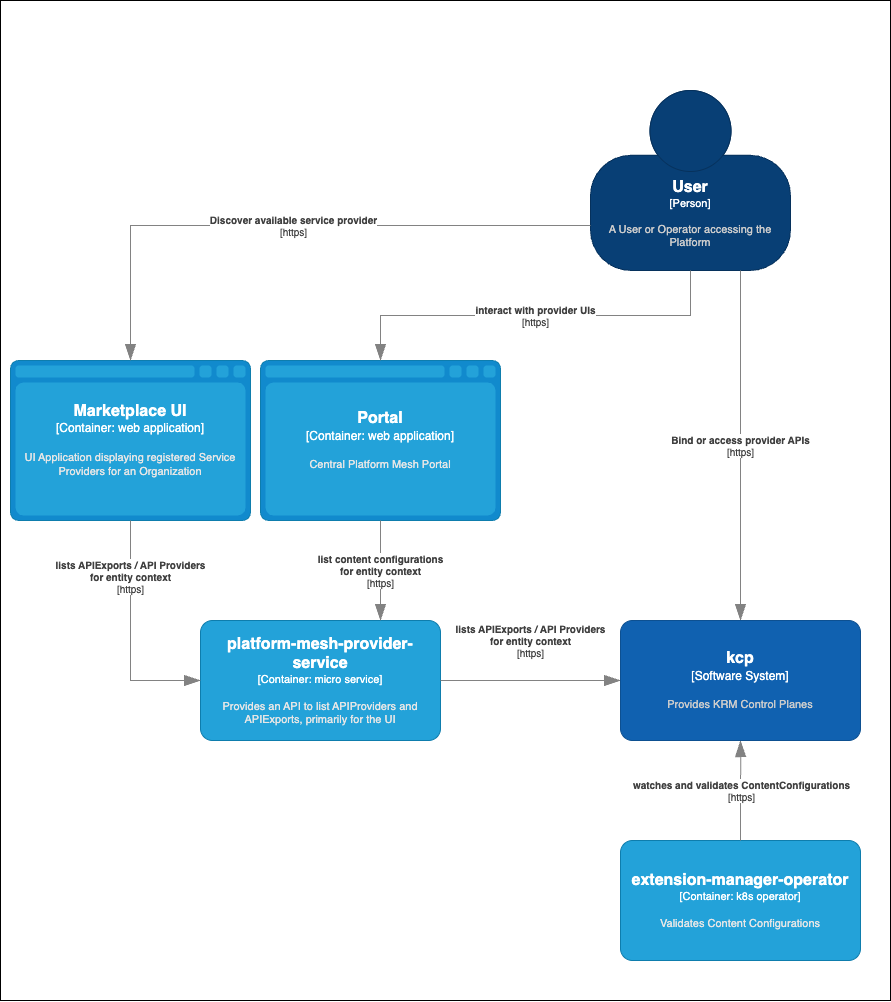
The draw.io diagram rfc/assets/container-diagram.png in platform-mesh/architecture, before a commit. Source tidied: cells renumbered, new cells last; positions are measured from the earlier drawing's top-left corner, leaving out a move shared by most shapes. Source of this version:
```xml
<mxGraphModel>
  <root>
    <mxCell id="0" />
    <mxCell id="1" parent="0" />
    <mxCell id="2" style="rounded=0;whiteSpace=wrap;html=1;" parent="1" vertex="1">
      <mxGeometry width="890" height="1000" as="geometry" />
    </mxCell>
    <object id="3" label="&lt;font style=&quot;font-size: 16px&quot;&gt;&lt;b&gt;%c4Name%&lt;/b&gt;&lt;/font&gt;&lt;div&gt;[%c4Type%]&lt;/div&gt;&lt;br&gt;&lt;div&gt;&lt;font style=&quot;font-size: 11px&quot;&gt;&lt;font color=&quot;#cccccc&quot;&gt;%c4Description%&lt;/font&gt;&lt;/div&gt;" c4Description="A User or Operator accessing the Platform" c4Name="User" c4Type="Person" placeholders="1">
      <mxCell style="html=1;fontSize=11;dashed=0;whiteSpace=wrap;fillColor=#083F75;strokeColor=#06315C;fontColor=#ffffff;shape=mxgraph.c4.person2;align=center;points=[[0.5,0,0],[1,0.5,0],[1,0.75,0],[0.75,1,0],[0.5,1,0],[0.25,1,0],[0,0.75,0],[0,0.5,0]];" parent="1" vertex="1">
        <mxGeometry x="590" y="90" width="200" height="180" as="geometry" />
      </mxCell>
    </object>
    <object id="4" label="&lt;font style=&quot;font-size: 16px&quot;&gt;&lt;b&gt;%c4Name%&lt;/b&gt;&lt;/font&gt;&lt;div&gt;[%c4Type%:&amp;nbsp;%c4Technology%]&lt;/div&gt;&lt;br&gt;&lt;div&gt;&lt;font style=&quot;font-size: 11px&quot;&gt;&lt;font color=&quot;#E6E6E6&quot;&gt;%c4Description%&lt;/font&gt;&lt;/div&gt;" c4Description="UI Application displaying registered Service Providers for an Organization" c4Name="Marketplace UI" c4Technology="web application" c4Type="Container" placeholders="1">
      <mxCell style="shape=mxgraph.c4.webBrowserContainer2;whiteSpace=wrap;html=1;boundedLbl=1;rounded=0;labelBackgroundColor=none;strokeColor=#118ACD;fillColor=#23A2D9;strokeColor=#118ACD;strokeColor2=#0E7DAD;fontSize=12;fontColor=#ffffff;align=center;points=[[0.5,0,0],[1,0.25,0],[1,0.5,0],[1,0.75,0],[0.5,1,0],[0,0.75,0],[0,0.5,0],[0,0.25,0]];" parent="1" vertex="1">
        <mxGeometry x="10" y="360" width="240" height="160" as="geometry" />
      </mxCell>
    </object>
    <object id="5" label="&lt;font style=&quot;font-size: 16px&quot;&gt;&lt;b&gt;%c4Name%&lt;/b&gt;&lt;/font&gt;&lt;div&gt;[%c4Type%: %c4Technology%]&lt;/div&gt;&lt;br&gt;&lt;div&gt;&lt;font style=&quot;font-size: 11px&quot;&gt;&lt;font color=&quot;#E6E6E6&quot;&gt;%c4Description%&lt;/font&gt;&lt;/div&gt;" c4Description="Provides an API to list APIProviders and APIExports, primarily for the UI" c4Name="platform-mesh-provider-service" c4Technology="micro service" c4Type="Container" placeholders="1">
      <mxCell style="rounded=1;whiteSpace=wrap;html=1;fontSize=11;labelBackgroundColor=none;fillColor=#23A2D9;fontColor=#ffffff;align=center;arcSize=10;strokeColor=#0E7DAD;points=[[0.25,0,0],[0.5,0,0],[0.75,0,0],[1,0.25,0],[1,0.5,0],[1,0.75,0],[0.75,1,0],[0.5,1,0],[0.25,1,0],[0,0.75,0],[0,0.5,0],[0,0.25,0]];" parent="1" vertex="1">
        <mxGeometry x="200" y="620" width="240" height="120" as="geometry" />
      </mxCell>
    </object>
    <object id="6" label="&lt;font style=&quot;font-size: 16px&quot;&gt;&lt;b&gt;%c4Name%&lt;/b&gt;&lt;/font&gt;&lt;div&gt;[%c4Type%: %c4Technology%]&lt;/div&gt;&lt;br&gt;&lt;div&gt;&lt;font style=&quot;font-size: 11px&quot;&gt;&lt;font color=&quot;#E6E6E6&quot;&gt;%c4Description%&lt;/font&gt;&lt;/div&gt;" c4Description="Validates Content Configurations" c4Name="extension-manager-operator" c4Technology="k8s operator" c4Type="Container" placeholders="1">
      <mxCell style="rounded=1;whiteSpace=wrap;html=1;fontSize=11;labelBackgroundColor=none;fillColor=#23A2D9;fontColor=#ffffff;align=center;arcSize=10;strokeColor=#0E7DAD;" parent="1" vertex="1">
        <mxGeometry x="620" y="840" width="240" height="120" as="geometry" />
      </mxCell>
    </object>
    <object id="7" label="&lt;font style=&quot;font-size: 16px&quot;&gt;&lt;b&gt;%c4Name%&lt;/b&gt;&lt;/font&gt;&lt;div&gt;[%c4Type%:&amp;nbsp;%c4Technology%]&lt;/div&gt;&lt;br&gt;&lt;div&gt;&lt;font style=&quot;font-size: 11px&quot;&gt;&lt;font color=&quot;#E6E6E6&quot;&gt;%c4Description%&lt;/font&gt;&lt;/div&gt;" c4Description="Central Platform Mesh Portal" c4Name="Portal" c4Technology="web application" c4Type="Container" placeholders="1">
      <mxCell style="shape=mxgraph.c4.webBrowserContainer2;whiteSpace=wrap;html=1;boundedLbl=1;rounded=0;labelBackgroundColor=none;strokeColor=#118ACD;fillColor=#23A2D9;strokeColor=#118ACD;strokeColor2=#0E7DAD;fontSize=12;fontColor=#ffffff;align=center;points=[[0.5,0,0],[1,0.25,0],[1,0.5,0],[1,0.75,0],[0.5,1,0],[0,0.75,0],[0,0.5,0],[0,0.25,0]];" parent="1" vertex="1">
        <mxGeometry x="260" y="360" width="240" height="160" as="geometry" />
      </mxCell>
    </object>
    <object id="8" label="&lt;div style=&quot;text-align: left&quot;&gt;&lt;div style=&quot;text-align: center&quot;&gt;&lt;b&gt;%c4Description%&lt;/b&gt;&lt;/div&gt;&lt;div style=&quot;text-align: center&quot;&gt;[%c4Technology%]&lt;/div&gt;&lt;/div&gt;" c4Description="watches and validates ContentConfigurations" c4Technology="https" c4Type="Relationship" placeholders="1">
      <mxCell style="endArrow=blockThin;html=1;fontSize=10;fontColor=#404040;strokeWidth=1;endFill=1;strokeColor=#828282;elbow=vertical;endSize=14;startSize=14;jumpStyle=arc;jumpSize=16;rounded=0;edgeStyle=orthogonalEdgeStyle;entryX=0.5;entryY=1;entryDx=0;entryDy=0;entryPerimeter=0;" parent="1" edge="1" target="15">
        <mxGeometry relative="1" as="geometry">
          <mxPoint x="740" y="840" as="sourcePoint" />
        </mxGeometry>
      </mxCell>
    </object>
    <object id="9" label="&lt;div style=&quot;text-align: left&quot;&gt;&lt;div style=&quot;text-align: center&quot;&gt;&lt;b&gt;%c4Description%&lt;/b&gt;&lt;/div&gt;&lt;div style=&quot;text-align: center&quot;&gt;[%c4Technology%]&lt;/div&gt;&lt;/div&gt;" c4Description="list content configurations &#10;for entity context" c4Technology="https" c4Type="Relationship" placeholders="1">
      <mxCell style="endArrow=blockThin;html=1;fontSize=10;fontColor=#404040;strokeWidth=1;endFill=1;strokeColor=#828282;elbow=vertical;endSize=14;startSize=14;jumpStyle=arc;jumpSize=16;rounded=0;edgeStyle=orthogonalEdgeStyle;entryX=0.75;entryY=0;entryDx=0;entryDy=0;entryPerimeter=0;exitX=0.5;exitY=1;exitDx=0;exitDy=0;exitPerimeter=0;" parent="1" edge="1" source="7" target="5">
        <mxGeometry relative="1" as="geometry" />
      </mxCell>
    </object>
    <object id="10" label="&lt;div style=&quot;text-align: left&quot;&gt;&lt;div style=&quot;text-align: center&quot;&gt;&lt;b&gt;%c4Description%&lt;/b&gt;&lt;/div&gt;&lt;div style=&quot;text-align: center&quot;&gt;[%c4Technology%]&lt;/div&gt;&lt;/div&gt;" c4Description="lists APIExports / API Providers &#10;for entity context" c4Technology="https" c4Type="Relationship" placeholders="1">
      <mxCell style="endArrow=blockThin;html=1;fontSize=10;fontColor=#404040;strokeWidth=1;endFill=1;strokeColor=#828282;elbow=vertical;endSize=14;startSize=14;jumpStyle=arc;jumpSize=16;rounded=0;edgeStyle=orthogonalEdgeStyle;entryX=0;entryY=0.5;entryDx=0;entryDy=0;entryPerimeter=0;exitX=0.5;exitY=1;exitDx=0;exitDy=0;exitPerimeter=0;" parent="1" edge="1" source="4" target="5">
        <mxGeometry x="-0.52" relative="1" as="geometry" />
      </mxCell>
    </object>
    <object id="11" label="&lt;div style=&quot;text-align: left&quot;&gt;&lt;div style=&quot;text-align: center&quot;&gt;&lt;b&gt;%c4Description%&lt;/b&gt;&lt;/div&gt;&lt;div style=&quot;text-align: center&quot;&gt;[%c4Technology%]&lt;/div&gt;&lt;/div&gt;" c4Description="lists APIExports / API Providers &#10;for entity context" c4Technology="https" c4Type="Relationship" placeholders="1">
      <mxCell style="endArrow=blockThin;html=1;fontSize=10;fontColor=#404040;strokeWidth=1;endFill=1;strokeColor=#828282;elbow=vertical;endSize=14;startSize=14;jumpStyle=arc;jumpSize=16;rounded=0;edgeStyle=orthogonalEdgeStyle;entryX=0;entryY=0.5;entryDx=0;entryDy=0;entryPerimeter=0;" parent="1" edge="1" source="5" target="15">
        <mxGeometry y="40" relative="1" as="geometry" />
      </mxCell>
    </object>
    <object id="12" label="&lt;div style=&quot;text-align: left&quot;&gt;&lt;div style=&quot;text-align: center&quot;&gt;&lt;b&gt;%c4Description%&lt;/b&gt;&lt;/div&gt;&lt;div style=&quot;text-align: center&quot;&gt;[%c4Technology%]&lt;/div&gt;&lt;/div&gt;" c4Description="interact with provider UIs" c4Technology="https" c4Type="Relationship" placeholders="1">
      <mxCell style="endArrow=blockThin;html=1;fontSize=10;fontColor=#404040;strokeWidth=1;endFill=1;strokeColor=#828282;elbow=vertical;endSize=14;startSize=14;jumpStyle=arc;jumpSize=16;rounded=0;edgeStyle=orthogonalEdgeStyle;entryX=0.5;entryY=0;entryDx=0;entryDy=0;entryPerimeter=0;exitX=0.5;exitY=1;exitDx=0;exitDy=0;exitPerimeter=0;" parent="1" edge="1" source="3" target="7">
        <mxGeometry relative="1" as="geometry" />
      </mxCell>
    </object>
    <object id="13" label="&lt;div style=&quot;text-align: left&quot;&gt;&lt;div style=&quot;text-align: center&quot;&gt;&lt;b&gt;%c4Description%&lt;/b&gt;&lt;/div&gt;&lt;div style=&quot;text-align: center&quot;&gt;[%c4Technology%]&lt;/div&gt;&lt;/div&gt;" c4Description="Discover available service provider" c4Technology="https" c4Type="Relationship" placeholders="1">
      <mxCell style="endArrow=blockThin;html=1;fontSize=10;fontColor=#404040;strokeWidth=1;endFill=1;strokeColor=#828282;elbow=vertical;endSize=14;startSize=14;jumpStyle=arc;jumpSize=16;rounded=0;edgeStyle=orthogonalEdgeStyle;entryX=0.5;entryY=0;entryDx=0;entryDy=0;entryPerimeter=0;exitX=0;exitY=0.75;exitDx=0;exitDy=0;exitPerimeter=0;" parent="1" edge="1" source="3" target="4">
        <mxGeometry relative="1" as="geometry" />
      </mxCell>
    </object>
    <object id="14" label="&lt;div style=&quot;text-align: left&quot;&gt;&lt;div style=&quot;text-align: center&quot;&gt;&lt;b&gt;%c4Description%&lt;/b&gt;&lt;/div&gt;&lt;div style=&quot;text-align: center&quot;&gt;[%c4Technology%]&lt;/div&gt;&lt;/div&gt;" c4Description="Bind or access provider APIs" c4Technology="https" c4Type="Relationship" placeholders="1">
      <mxCell style="endArrow=blockThin;html=1;fontSize=10;fontColor=#404040;strokeWidth=1;endFill=1;strokeColor=#828282;elbow=vertical;endSize=14;startSize=14;jumpStyle=arc;jumpSize=16;rounded=0;edgeStyle=orthogonalEdgeStyle;entryX=0.5;entryY=0;entryDx=0;entryDy=0;entryPerimeter=0;exitX=0.75;exitY=1;exitDx=0;exitDy=0;exitPerimeter=0;" parent="1" edge="1" source="3" target="15">
        <mxGeometry relative="1" as="geometry" />
      </mxCell>
    </object>
    <object id="15" label="&lt;font style=&quot;font-size: 16px&quot;&gt;&lt;b&gt;%c4Name%&lt;/b&gt;&lt;/font&gt;&lt;div&gt;[%c4Type%]&lt;/div&gt;&lt;br&gt;&lt;div&gt;&lt;font style=&quot;font-size: 11px&quot;&gt;&lt;font color=&quot;#cccccc&quot;&gt;%c4Description%&lt;/font&gt;&lt;/div&gt;" c4Description="Provides KRM Control Planes" c4Name="kcp" c4Type="Software System" placeholders="1">
      <mxCell style="rounded=1;whiteSpace=wrap;html=1;labelBackgroundColor=none;fillColor=#1061B0;fontColor=#ffffff;align=center;arcSize=10;strokeColor=#0D5091;points=[[0.25,0,0],[0.5,0,0],[0.75,0,0],[1,0.25,0],[1,0.5,0],[1,0.75,0],[0.75,1,0],[0.5,1,0],[0.25,1,0],[0,0.75,0],[0,0.5,0],[0,0.25,0]];" parent="1" vertex="1">
        <mxGeometry x="620" y="620" width="240" height="120" as="geometry" />
      </mxCell>
    </object>
  </root>
</mxGraphModel>
```
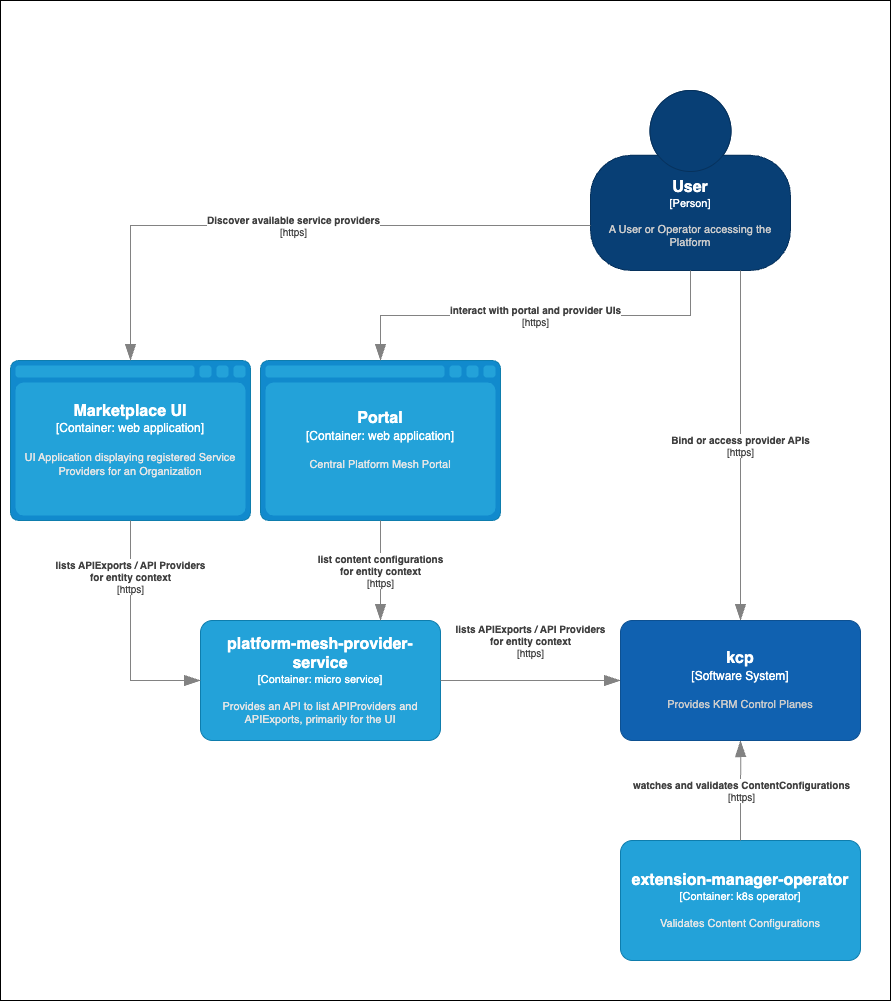
The same file after the commit.

Commit message:
docs: renamed APIProvider to ProviderMetadata

Diff of the diagram source:
```diff
@@ -52,12 +52,12 @@
         <mxGeometry y="40" relative="1" as="geometry" />
       </mxCell>
     </object>
-    <object id="12" label="&lt;div style=&quot;text-align: left&quot;&gt;&lt;div style=&quot;text-align: center&quot;&gt;&lt;b&gt;%c4Description%&lt;/b&gt;&lt;/div&gt;&lt;div style=&quot;text-align: center&quot;&gt;[%c4Technology%]&lt;/div&gt;&lt;/div&gt;" c4Description="interact with provider UIs" c4Technology="https" c4Type="Relationship" placeholders="1">
+    <object id="12" label="&lt;div style=&quot;text-align: left&quot;&gt;&lt;div style=&quot;text-align: center&quot;&gt;&lt;b&gt;%c4Description%&lt;/b&gt;&lt;/div&gt;&lt;div style=&quot;text-align: center&quot;&gt;[%c4Technology%]&lt;/div&gt;&lt;/div&gt;" c4Description="interact with portal and provider UIs" c4Technology="https" c4Type="Relationship" placeholders="1">
       <mxCell style="endArrow=blockThin;html=1;fontSize=10;fontColor=#404040;strokeWidth=1;endFill=1;strokeColor=#828282;elbow=vertical;endSize=14;startSize=14;jumpStyle=arc;jumpSize=16;rounded=0;edgeStyle=orthogonalEdgeStyle;entryX=0.5;entryY=0;entryDx=0;entryDy=0;entryPerimeter=0;exitX=0.5;exitY=1;exitDx=0;exitDy=0;exitPerimeter=0;" parent="1" edge="1" source="3" target="7">
         <mxGeometry relative="1" as="geometry" />
       </mxCell>
     </object>
-    <object id="13" label="&lt;div style=&quot;text-align: left&quot;&gt;&lt;div style=&quot;text-align: center&quot;&gt;&lt;b&gt;%c4Description%&lt;/b&gt;&lt;/div&gt;&lt;div style=&quot;text-align: center&quot;&gt;[%c4Technology%]&lt;/div&gt;&lt;/div&gt;" c4Description="Discover available service provider" c4Technology="https" c4Type="Relationship" placeholders="1">
+    <object id="13" label="&lt;div style=&quot;text-align: left&quot;&gt;&lt;div style=&quot;text-align: center&quot;&gt;&lt;b&gt;%c4Description%&lt;/b&gt;&lt;/div&gt;&lt;div style=&quot;text-align: center&quot;&gt;[%c4Technology%]&lt;/div&gt;&lt;/div&gt;" c4Description="Discover available service providers" c4Technology="https" c4Type="Relationship" placeholders="1">
       <mxCell style="endArrow=blockThin;html=1;fontSize=10;fontColor=#404040;strokeWidth=1;endFill=1;strokeColor=#828282;elbow=vertical;endSize=14;startSize=14;jumpStyle=arc;jumpSize=16;rounded=0;edgeStyle=orthogonalEdgeStyle;entryX=0.5;entryY=0;entryDx=0;entryDy=0;entryPerimeter=0;exitX=0;exitY=0.75;exitDx=0;exitDy=0;exitPerimeter=0;" parent="1" edge="1" source="3" target="4">
         <mxGeometry relative="1" as="geometry" />
       </mxCell>
```
